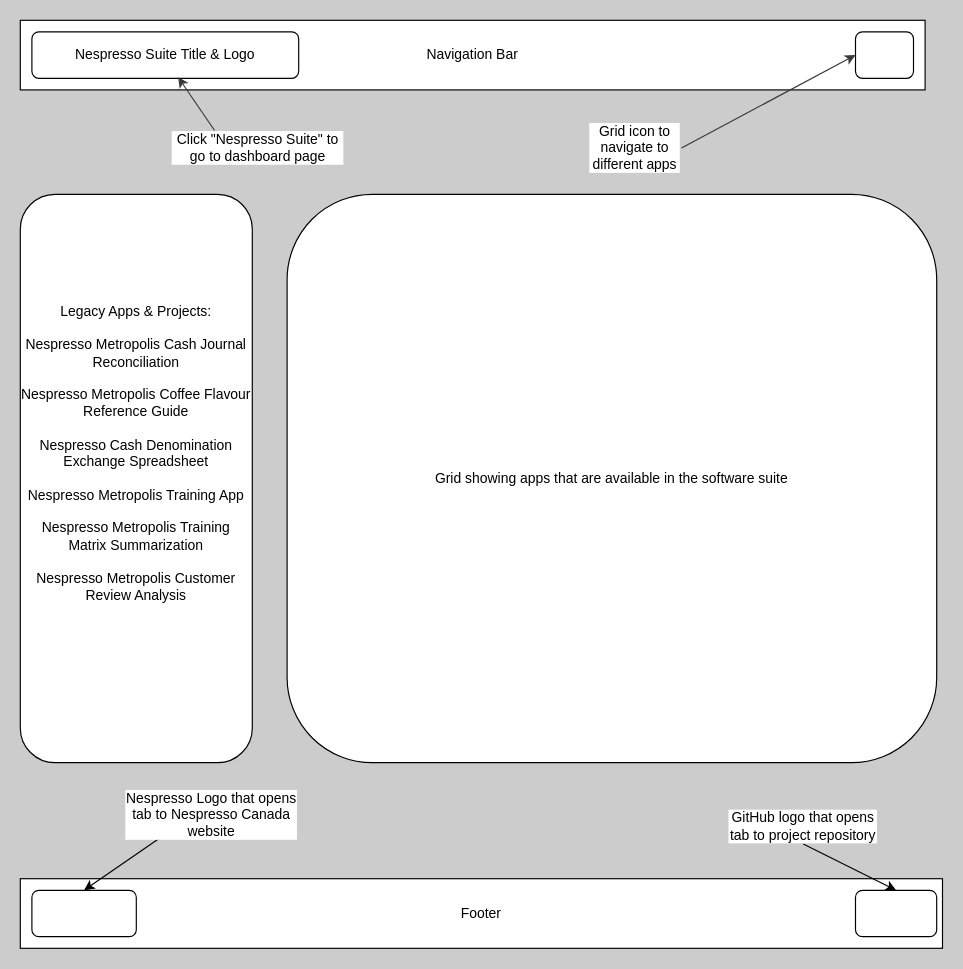
This is README_Images/Dashboard.drawio from kjeshang/nespresso-suite, a draw.io file, before an edit. Source tidied: cells renumbered, new cells numbered last; positions are measured from the earlier drawing's top-left corner, leaving out a move shared by most shapes. Both pictures are drawn from the tidied source at 116%, with x=0, y=0 at pixel (20, 20).
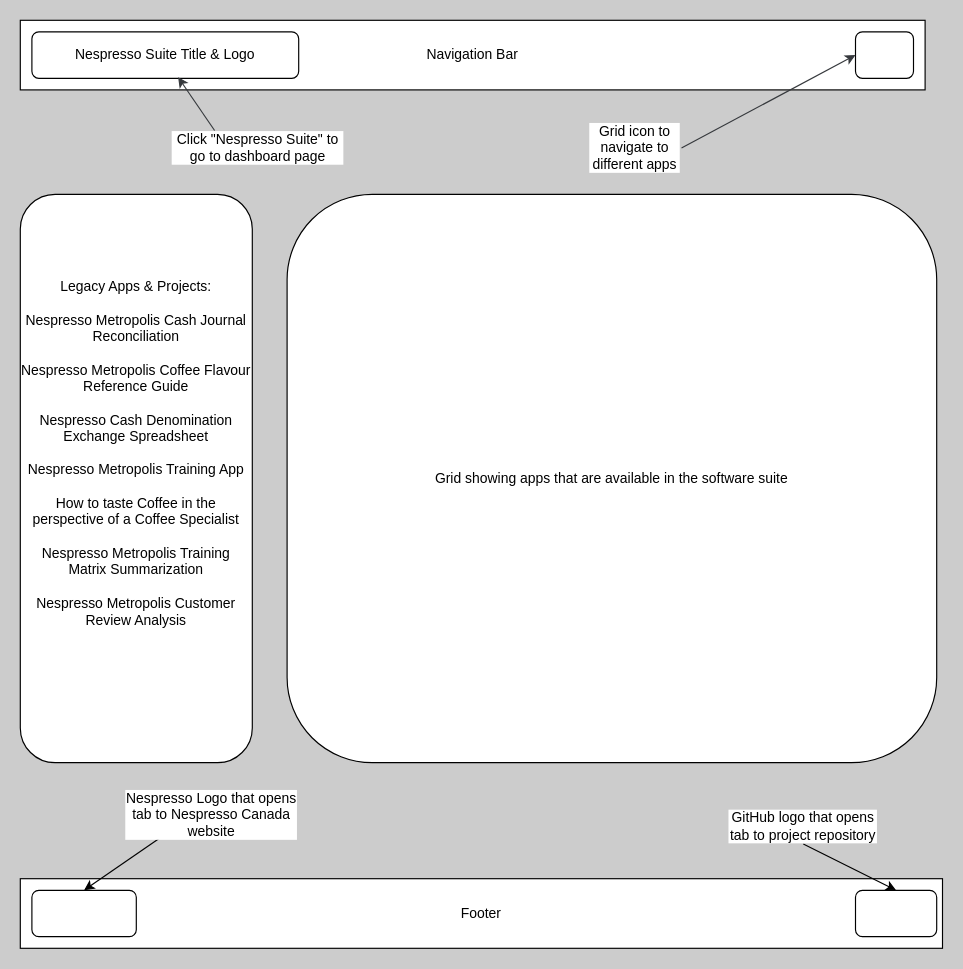
The same page after the edit.

Commit message:
Updated list of legacy Apps & projects

What changed in the source:
```diff
@@
 <mxGraphModel background="#CCCCCC">
   <root>
     <mxCell id="0" />
     <mxCell id="1" parent="0" />
     <mxCell id="2" value="Navigation Bar" style="rounded=0;whiteSpace=wrap;html=1;" parent="1" vertex="1">
       <mxGeometry width="780" height="60" as="geometry" />
     </mxCell>
     <mxCell id="3" value="Footer" style="rounded=0;whiteSpace=wrap;html=1;" parent="1" vertex="1">
       <mxGeometry y="740" width="795" height="60" as="geometry" />
     </mxCell>
     <mxCell id="4" style="rounded=1;whiteSpace=wrap;html=1;" parent="1" vertex="1">
       <mxGeometry x="720" y="10" width="50" height="40" as="geometry" />
     </mxCell>
     <mxCell id="5" value="Nespresso Suite Title &amp;amp; Logo" style="rounded=1;whiteSpace=wrap;html=1;" parent="1" vertex="1">
       <mxGeometry x="10" y="10" width="230" height="40" as="geometry" />
     </mxCell>
     <mxCell id="6" style="edgeStyle=none;html=1;exitX=1;exitY=0.5;exitDx=0;exitDy=0;entryX=0;entryY=0.5;entryDx=0;entryDy=0;labelBorderColor=#FFFFFF;textShadow=1;fillColor=#f9f7ed;strokeColor=#36393d;" parent="1" edge="1" source="7" target="4">
       <mxGeometry relative="1" as="geometry" />
     </mxCell>
     <mxCell id="7" value="Grid icon to navigate to different apps" style="text;html=1;align=center;verticalAlign=middle;whiteSpace=wrap;rounded=0;labelBackgroundColor=#FFFFFF;" parent="1" vertex="1">
       <mxGeometry x="490" y="80" width="80" height="60" as="geometry" />
     </mxCell>
     <mxCell id="8" value="Click &quot;Nespresso Suite&quot; to go to dashboard page" style="text;html=1;align=center;verticalAlign=middle;whiteSpace=wrap;rounded=0;labelBackgroundColor=#FFFFFF;" parent="1" vertex="1">
       <mxGeometry x="130" y="95" width="150" height="30" as="geometry" />
     </mxCell>
     <mxCell id="9" style="edgeStyle=none;html=1;exitX=0.25;exitY=0;exitDx=0;exitDy=0;entryX=0.548;entryY=0.975;entryDx=0;entryDy=0;entryPerimeter=0;labelBorderColor=#FFFFFF;textShadow=1;fillColor=#f9f7ed;strokeColor=#36393d;" parent="1" edge="1" source="8" target="5">
       <mxGeometry relative="1" as="geometry" />
     </mxCell>
-    <mxCell id="10" value="Legacy Apps &amp;amp; Projects:&lt;div&gt;&lt;br&gt;&lt;/div&gt;&lt;div&gt;Nespresso Metropolis Cash Journal Reconciliation&lt;/div&gt;&lt;div&gt;&lt;br&gt;&lt;/div&gt;&lt;div&gt;Nespresso Metropolis Coffee Flavour Reference Guide&lt;/div&gt;&lt;div&gt;&lt;br&gt;&lt;/div&gt;&lt;div&gt;Nespresso Cash Denomination Exchange Spreadsheet&lt;/div&gt;&lt;div&gt;&lt;br&gt;&lt;/div&gt;&lt;div&gt;Nespresso Metropolis Training App&lt;/div&gt;&lt;div&gt;&lt;br&gt;&lt;/div&gt;&lt;div&gt;Nespresso Metropolis Training Matrix Summarization&lt;/div&gt;&lt;div&gt;&lt;br&gt;&lt;/div&gt;&lt;div&gt;Nespresso Metropolis Customer Review Analysis&lt;/div&gt;&lt;div&gt;&lt;br&gt;&lt;/div&gt;&lt;div&gt;&lt;br&gt;&lt;/div&gt;&lt;div&gt;&lt;br&gt;&lt;/div&gt;" style="rounded=1;whiteSpace=wrap;html=1;" parent="1" vertex="1">
+    <mxCell id="10" value="Legacy Apps &amp;amp; Projects:&lt;div&gt;&lt;br&gt;&lt;/div&gt;&lt;div&gt;Nespresso Metropolis Cash Journal Reconciliation&lt;/div&gt;&lt;div&gt;&lt;br&gt;&lt;/div&gt;&lt;div&gt;Nespresso Metropolis Coffee Flavour Reference Guide&lt;/div&gt;&lt;div&gt;&lt;br&gt;&lt;/div&gt;&lt;div&gt;Nespresso Cash Denomination Exchange Spreadsheet&lt;/div&gt;&lt;div&gt;&lt;br&gt;&lt;/div&gt;&lt;div&gt;Nespresso Metropolis Training App&lt;/div&gt;&lt;div&gt;&lt;br&gt;&lt;/div&gt;&lt;div&gt;How to taste Coffee in the perspective of a Coffee Specialist&lt;/div&gt;&lt;div&gt;&lt;br&gt;&lt;/div&gt;&lt;div&gt;Nespresso Metropolis Training Matrix Summarization&lt;/div&gt;&lt;div&gt;&lt;br&gt;&lt;/div&gt;&lt;div&gt;Nespresso Metropolis Customer Review Analysis&lt;/div&gt;&lt;div&gt;&lt;br&gt;&lt;/div&gt;&lt;div&gt;&lt;br&gt;&lt;/div&gt;&lt;div&gt;&lt;br&gt;&lt;/div&gt;" style="rounded=1;whiteSpace=wrap;html=1;" parent="1" vertex="1">
       <mxGeometry y="150" width="200" height="490" as="geometry" />
     </mxCell>
     <mxCell id="11" value="Grid showing apps that are available in the software suite" style="rounded=1;whiteSpace=wrap;html=1;" parent="1" vertex="1">
       <mxGeometry x="230" y="150" width="560" height="490" as="geometry" />
     </mxCell>
     <mxCell id="12" style="rounded=1;whiteSpace=wrap;html=1;" parent="1" vertex="1">
       <mxGeometry x="10" y="750" width="90" height="40" as="geometry" />
     </mxCell>
     <mxCell id="13" style="rounded=1;whiteSpace=wrap;html=1;" parent="1" vertex="1">
       <mxGeometry x="720" y="750" width="70" height="40" as="geometry" />
     </mxCell>
     <mxCell id="14" style="edgeStyle=none;html=1;exitX=0.25;exitY=1;exitDx=0;exitDy=0;entryX=0.5;entryY=0;entryDx=0;entryDy=0;" parent="1" edge="1" source="15" target="12">
       <mxGeometry relative="1" as="geometry" />
     </mxCell>
     <mxCell id="15" value="Nespresso Logo that opens tab to Nespresso Canada website" style="text;html=1;align=center;verticalAlign=middle;whiteSpace=wrap;rounded=0;labelBackgroundColor=#FFFFFF;" parent="1" vertex="1">
       <mxGeometry x="90" y="670" width="150" height="30" as="geometry" />
     </mxCell>
     <mxCell id="16" style="edgeStyle=none;html=1;exitX=0.5;exitY=1;exitDx=0;exitDy=0;entryX=0.5;entryY=0;entryDx=0;entryDy=0;" parent="1" edge="1" source="17" target="13">
       <mxGeometry relative="1" as="geometry" />
     </mxCell>
     <mxCell id="17" value="GitHub logo that opens tab to project repository" style="text;html=1;align=center;verticalAlign=middle;whiteSpace=wrap;rounded=0;labelBackgroundColor=#FFFFFF;" parent="1" vertex="1">
       <mxGeometry x="610" y="680" width="130" height="30" as="geometry" />
     </mxCell>
   </root>
 </mxGraphModel>
```
